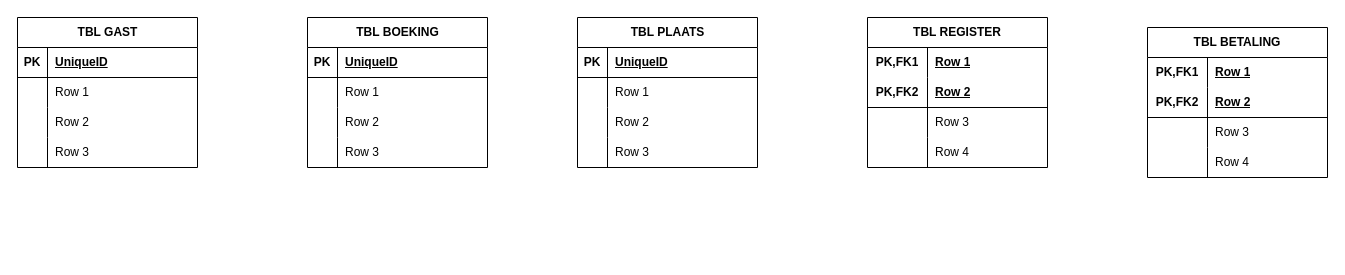
Earlier version of the draw.io diagram Oefening9.drawio (Kristian-5/Database_Normalisatie). Source tidied: cells renumbered, new cells numbered last; positions are measured from the earlier drawing's top-left corner, leaving out a move shared by most shapes. Both pictures are drawn from the tidied source at 100%, with x=0, y=0 at pixel (17, 17).
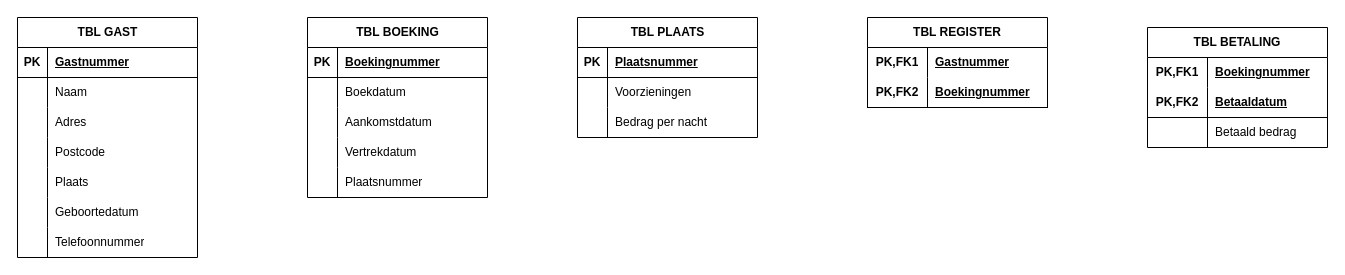
Above is the later version.

Unchanged cells that the change refers to:
```xml
<mxCell id="3" style="shape=tableRow;horizontal=0;startSize=0;swimlaneHead=0;swimlaneBody=0;fillColor=none;top=0;left=0;right=0;bottom=1;" parent="2" vertex="1">
  <mxGeometry y="30" width="180" height="30" as="geometry" />
</mxCell>
<mxCell id="6" style="shape=tableRow;horizontal=0;startSize=0;swimlaneHead=0;swimlaneBody=0;fillColor=none;top=0;left=0;right=0;bottom=0;" parent="2" vertex="1">
  <mxGeometry y="60" width="180" height="30" as="geometry" />
</mxCell>
<mxCell id="9" style="shape=tableRow;horizontal=0;startSize=0;swimlaneHead=0;swimlaneBody=0;fillColor=none;top=0;left=0;right=0;bottom=0;" parent="2" vertex="1">
  <mxGeometry y="90" width="180" height="30" as="geometry" />
</mxCell>
<mxCell id="12" style="shape=tableRow;horizontal=0;startSize=0;swimlaneHead=0;swimlaneBody=0;fillColor=none;top=0;left=0;right=0;bottom=0;" parent="2" vertex="1">
  <mxGeometry y="120" width="180" height="30" as="geometry" />
</mxCell>
<mxCell id="16" style="shape=tableRow;horizontal=0;startSize=0;swimlaneHead=0;swimlaneBody=0;fillColor=none;top=0;left=0;right=0;bottom=1;" parent="15" vertex="1">
  <mxGeometry y="30" width="180" height="30" as="geometry" />
</mxCell>
<mxCell id="19" style="shape=tableRow;horizontal=0;startSize=0;swimlaneHead=0;swimlaneBody=0;fillColor=none;top=0;left=0;right=0;bottom=0;" parent="15" vertex="1">
  <mxGeometry y="60" width="180" height="30" as="geometry" />
</mxCell>
<mxCell id="22" style="shape=tableRow;horizontal=0;startSize=0;swimlaneHead=0;swimlaneBody=0;fillColor=none;top=0;left=0;right=0;bottom=0;" parent="15" vertex="1">
  <mxGeometry y="90" width="180" height="30" as="geometry" />
</mxCell>
<mxCell id="25" style="shape=tableRow;horizontal=0;startSize=0;swimlaneHead=0;swimlaneBody=0;fillColor=none;top=0;left=0;right=0;bottom=0;" parent="15" vertex="1">
  <mxGeometry y="120" width="180" height="30" as="geometry" />
</mxCell>
<mxCell id="29" style="shape=tableRow;horizontal=0;startSize=0;swimlaneHead=0;swimlaneBody=0;fillColor=none;top=0;left=0;right=0;bottom=1;" parent="28" vertex="1">
  <mxGeometry y="30" width="180" height="30" as="geometry" />
</mxCell>
<mxCell id="32" style="shape=tableRow;horizontal=0;startSize=0;swimlaneHead=0;swimlaneBody=0;fillColor=none;top=0;left=0;right=0;bottom=0;" parent="28" vertex="1">
  <mxGeometry y="60" width="180" height="30" as="geometry" />
</mxCell>
<mxCell id="35" style="shape=tableRow;horizontal=0;startSize=0;swimlaneHead=0;swimlaneBody=0;fillColor=none;top=0;left=0;right=0;bottom=0;" parent="28" vertex="1">
  <mxGeometry y="90" width="180" height="30" as="geometry" />
</mxCell>
<mxCell id="42" style="shape=tableRow;horizontal=0;startSize=0;swimlaneHead=0;swimlaneBody=0;fillColor=none;top=0;left=0;right=0;bottom=0;html=1;" parent="41" vertex="1">
  <mxGeometry y="30" width="180" height="30" as="geometry" />
</mxCell>
<mxCell id="45" style="shape=tableRow;horizontal=0;startSize=0;swimlaneHead=0;swimlaneBody=0;fillColor=none;top=0;left=0;right=0;bottom=1;html=1;" parent="41" vertex="1">
  <mxGeometry y="60" width="180" height="30" as="geometry" />
</mxCell>
<mxCell id="55" style="shape=tableRow;horizontal=0;startSize=0;swimlaneHead=0;swimlaneBody=0;fillColor=none;top=0;left=0;right=0;bottom=0;html=1;" parent="54" vertex="1">
  <mxGeometry y="30" width="180" height="30" as="geometry" />
</mxCell>
<mxCell id="58" style="shape=tableRow;horizontal=0;startSize=0;swimlaneHead=0;swimlaneBody=0;fillColor=none;top=0;left=0;right=0;bottom=1;html=1;" parent="54" vertex="1">
  <mxGeometry y="60" width="180" height="30" as="geometry" />
</mxCell>
<mxCell id="61" style="shape=tableRow;horizontal=0;startSize=0;swimlaneHead=0;swimlaneBody=0;fillColor=none;top=0;left=0;right=0;bottom=0;html=1;" parent="54" vertex="1">
  <mxGeometry y="90" width="180" height="30" as="geometry" />
</mxCell>
```

Diff of the diagram source:
```diff
@@
     <mxCell id="2" value="TBL GAST" style="shape=table;startSize=30;childLayout=tableLayout;rowLines=0;fontStyle=1;align=center;html=1;" parent="1" vertex="1">
-      <mxGeometry width="180" height="150" as="geometry" />
+      <mxGeometry width="180" height="240" as="geometry" />
     </mxCell>
@@
-    <mxCell id="5" value="UniqueID" style="shape=partialRectangle;fillColor=none;top=0;left=0;bottom=0;right=0;align=left;spacingLeft=6;fontStyle=5;overflow=hidden;whiteSpace=wrap;html=1;" parent="3" vertex="1">
+    <mxCell id="5" value="Gastnummer" style="shape=partialRectangle;fillColor=none;top=0;left=0;bottom=0;right=0;align=left;spacingLeft=6;fontStyle=5;overflow=hidden;whiteSpace=wrap;html=1;" parent="3" vertex="1">
       <mxGeometry x="30" width="150" height="30" as="geometry" />
     </mxCell>
@@
-    <mxCell id="8" value="Row 1" style="shape=partialRectangle;fillColor=none;top=0;left=0;bottom=0;right=0;align=left;spacingLeft=6;overflow=hidden;whiteSpace=wrap;html=1;" parent="6" vertex="1">
+    <mxCell id="8" value="Naam" style="shape=partialRectangle;fillColor=none;top=0;left=0;bottom=0;right=0;align=left;spacingLeft=6;overflow=hidden;whiteSpace=wrap;html=1;" parent="6" vertex="1">
       <mxGeometry x="30" width="150" height="30" as="geometry" />
     </mxCell>
@@
-    <mxCell id="11" value="Row 2" style="shape=partialRectangle;fillColor=none;top=0;left=0;bottom=0;right=0;align=left;spacingLeft=6;overflow=hidden;whiteSpace=wrap;html=1;" parent="9" vertex="1">
+    <mxCell id="11" value="Adres" style="shape=partialRectangle;fillColor=none;top=0;left=0;bottom=0;right=0;align=left;spacingLeft=6;overflow=hidden;whiteSpace=wrap;html=1;" parent="9" vertex="1">
       <mxGeometry x="30" width="150" height="30" as="geometry" />
     </mxCell>
@@
-    <mxCell id="14" value="Row 3" style="shape=partialRectangle;fillColor=none;top=0;left=0;bottom=0;right=0;align=left;spacingLeft=6;overflow=hidden;whiteSpace=wrap;html=1;" parent="12" vertex="1">
+    <mxCell id="14" value="Postcode" style="shape=partialRectangle;fillColor=none;top=0;left=0;bottom=0;right=0;align=left;spacingLeft=6;overflow=hidden;whiteSpace=wrap;html=1;" parent="12" vertex="1">
       <mxGeometry x="30" width="150" height="30" as="geometry" />
     </mxCell>
+    <mxCell id="67" style="shape=tableRow;horizontal=0;startSize=0;swimlaneHead=0;swimlaneBody=0;fillColor=none;top=0;left=0;right=0;bottom=0;" parent="2" vertex="1">
+      <mxGeometry y="150" width="180" height="30" as="geometry" />
+    </mxCell>
+    <mxCell id="68" style="shape=partialRectangle;fillColor=none;top=0;left=0;bottom=0;right=0;overflow=hidden;whiteSpace=wrap;html=1;" parent="67" vertex="1">
+      <mxGeometry width="30" height="30" as="geometry" />
+    </mxCell>
+    <mxCell id="69" value="Plaats" style="shape=partialRectangle;fillColor=none;top=0;left=0;bottom=0;right=0;align=left;spacingLeft=6;overflow=hidden;whiteSpace=wrap;html=1;" parent="67" vertex="1">
+      <mxGeometry x="30" width="150" height="30" as="geometry" />
+    </mxCell>
+    <mxCell id="70" style="shape=tableRow;horizontal=0;startSize=0;swimlaneHead=0;swimlaneBody=0;fillColor=none;top=0;left=0;right=0;bottom=0;" parent="2" vertex="1">
+      <mxGeometry y="180" width="180" height="30" as="geometry" />
+    </mxCell>
+    <mxCell id="71" style="shape=partialRectangle;fillColor=none;top=0;left=0;bottom=0;right=0;overflow=hidden;whiteSpace=wrap;html=1;" parent="70" vertex="1">
+      <mxGeometry width="30" height="30" as="geometry" />
+    </mxCell>
+    <mxCell id="72" value="Geboortedatum" style="shape=partialRectangle;fillColor=none;top=0;left=0;bottom=0;right=0;align=left;spacingLeft=6;overflow=hidden;whiteSpace=wrap;html=1;" parent="70" vertex="1">
+      <mxGeometry x="30" width="150" height="30" as="geometry" />
+    </mxCell>
+    <mxCell id="73" style="shape=tableRow;horizontal=0;startSize=0;swimlaneHead=0;swimlaneBody=0;fillColor=none;top=0;left=0;right=0;bottom=0;" parent="2" vertex="1">
+      <mxGeometry y="210" width="180" height="30" as="geometry" />
+    </mxCell>
+    <mxCell id="74" style="shape=partialRectangle;fillColor=none;top=0;left=0;bottom=0;right=0;overflow=hidden;whiteSpace=wrap;html=1;" parent="73" vertex="1">
+      <mxGeometry width="30" height="30" as="geometry" />
+    </mxCell>
+    <mxCell id="75" value="Telefoonnummer" style="shape=partialRectangle;fillColor=none;top=0;left=0;bottom=0;right=0;align=left;spacingLeft=6;overflow=hidden;whiteSpace=wrap;html=1;" parent="73" vertex="1">
+      <mxGeometry x="30" width="150" height="30" as="geometry" />
+    </mxCell>
     <mxCell id="15" value="TBL BOEKING" style="shape=table;startSize=30;childLayout=tableLayout;rowLines=0;fontStyle=1;align=center;html=1;" parent="1" vertex="1">
-      <mxGeometry x="290" width="180" height="150" as="geometry" />
+      <mxGeometry x="290" width="180" height="180" as="geometry" />
     </mxCell>
@@
-    <mxCell id="18" value="UniqueID" style="shape=partialRectangle;fillColor=none;top=0;left=0;bottom=0;right=0;align=left;spacingLeft=6;fontStyle=5;overflow=hidden;whiteSpace=wrap;html=1;" parent="16" vertex="1">
+    <mxCell id="18" value="Boekingnummer" style="shape=partialRectangle;fillColor=none;top=0;left=0;bottom=0;right=0;align=left;spacingLeft=6;fontStyle=5;overflow=hidden;whiteSpace=wrap;html=1;" parent="16" vertex="1">
       <mxGeometry x="30" width="150" height="30" as="geometry" />
     </mxCell>
@@
-    <mxCell id="21" value="Row 1" style="shape=partialRectangle;fillColor=none;top=0;left=0;bottom=0;right=0;align=left;spacingLeft=6;overflow=hidden;whiteSpace=wrap;html=1;" parent="19" vertex="1">
+    <mxCell id="21" value="Boekdatum" style="shape=partialRectangle;fillColor=none;top=0;left=0;bottom=0;right=0;align=left;spacingLeft=6;overflow=hidden;whiteSpace=wrap;html=1;" parent="19" vertex="1">
       <mxGeometry x="30" width="150" height="30" as="geometry" />
     </mxCell>
@@
-    <mxCell id="24" value="Row 2" style="shape=partialRectangle;fillColor=none;top=0;left=0;bottom=0;right=0;align=left;spacingLeft=6;overflow=hidden;whiteSpace=wrap;html=1;" parent="22" vertex="1">
+    <mxCell id="24" value="Aankomstdatum" style="shape=partialRectangle;fillColor=none;top=0;left=0;bottom=0;right=0;align=left;spacingLeft=6;overflow=hidden;whiteSpace=wrap;html=1;" parent="22" vertex="1">
       <mxGeometry x="30" width="150" height="30" as="geometry" />
     </mxCell>
@@
-    <mxCell id="27" value="Row 3" style="shape=partialRectangle;fillColor=none;top=0;left=0;bottom=0;right=0;align=left;spacingLeft=6;overflow=hidden;whiteSpace=wrap;html=1;" parent="25" vertex="1">
+    <mxCell id="27" value="Vertrekdatum" style="shape=partialRectangle;fillColor=none;top=0;left=0;bottom=0;right=0;align=left;spacingLeft=6;overflow=hidden;whiteSpace=wrap;html=1;" parent="25" vertex="1">
       <mxGeometry x="30" width="150" height="30" as="geometry" />
     </mxCell>
+    <mxCell id="76" style="shape=tableRow;horizontal=0;startSize=0;swimlaneHead=0;swimlaneBody=0;fillColor=none;top=0;left=0;right=0;bottom=0;" parent="15" vertex="1">
+      <mxGeometry y="150" width="180" height="30" as="geometry" />
+    </mxCell>
+    <mxCell id="77" style="shape=partialRectangle;fillColor=none;top=0;left=0;bottom=0;right=0;overflow=hidden;whiteSpace=wrap;html=1;" parent="76" vertex="1">
+      <mxGeometry width="30" height="30" as="geometry" />
+    </mxCell>
+    <mxCell id="78" value="Plaatsnummer" style="shape=partialRectangle;fillColor=none;top=0;left=0;bottom=0;right=0;align=left;spacingLeft=6;overflow=hidden;whiteSpace=wrap;html=1;" parent="76" vertex="1">
+      <mxGeometry x="30" width="150" height="30" as="geometry" />
+    </mxCell>
     <mxCell id="28" value="TBL PLAATS" style="shape=table;startSize=30;childLayout=tableLayout;rowLines=0;fontStyle=1;align=center;html=1;" parent="1" vertex="1">
-      <mxGeometry x="560" width="180" height="150" as="geometry" />
+      <mxGeometry x="560" width="180" height="120" as="geometry" />
     </mxCell>
@@
-    <mxCell id="31" value="UniqueID" style="shape=partialRectangle;fillColor=none;top=0;left=0;bottom=0;right=0;align=left;spacingLeft=6;fontStyle=5;overflow=hidden;whiteSpace=wrap;html=1;" parent="29" vertex="1">
+    <mxCell id="31" value="Plaatsnummer" style="shape=partialRectangle;fillColor=none;top=0;left=0;bottom=0;right=0;align=left;spacingLeft=6;fontStyle=5;overflow=hidden;whiteSpace=wrap;html=1;" parent="29" vertex="1">
       <mxGeometry x="30" width="150" height="30" as="geometry" />
     </mxCell>
@@
-    <mxCell id="34" value="Row 1" style="shape=partialRectangle;fillColor=none;top=0;left=0;bottom=0;right=0;align=left;spacingLeft=6;overflow=hidden;whiteSpace=wrap;html=1;" parent="32" vertex="1">
+    <mxCell id="34" value="Voorzieningen" style="shape=partialRectangle;fillColor=none;top=0;left=0;bottom=0;right=0;align=left;spacingLeft=6;overflow=hidden;whiteSpace=wrap;html=1;" parent="32" vertex="1">
       <mxGeometry x="30" width="150" height="30" as="geometry" />
     </mxCell>
@@
-    <mxCell id="37" value="Row 2" style="shape=partialRectangle;fillColor=none;top=0;left=0;bottom=0;right=0;align=left;spacingLeft=6;overflow=hidden;whiteSpace=wrap;html=1;" parent="35" vertex="1">
+    <mxCell id="37" value="Bedrag per nacht" style="shape=partialRectangle;fillColor=none;top=0;left=0;bottom=0;right=0;align=left;spacingLeft=6;overflow=hidden;whiteSpace=wrap;html=1;" parent="35" vertex="1">
       <mxGeometry x="30" width="150" height="30" as="geometry" />
     </mxCell>
-    <mxCell id="38" style="shape=tableRow;horizontal=0;startSize=0;swimlaneHead=0;swimlaneBody=0;fillColor=none;top=0;left=0;right=0;bottom=0;" parent="28" vertex="1">
-      <mxGeometry y="120" width="180" height="30" as="geometry" />
-    </mxCell>
-    <mxCell id="39" style="shape=partialRectangle;fillColor=none;top=0;left=0;bottom=0;right=0;overflow=hidden;whiteSpace=wrap;html=1;" parent="38" vertex="1">
-      <mxGeometry width="30" height="30" as="geometry" />
-    </mxCell>
-    <mxCell id="40" value="Row 3" style="shape=partialRectangle;fillColor=none;top=0;left=0;bottom=0;right=0;align=left;spacingLeft=6;overflow=hidden;whiteSpace=wrap;html=1;" parent="38" vertex="1">
-      <mxGeometry x="30" width="150" height="30" as="geometry" />
-    </mxCell>
     <mxCell id="41" value="TBL REGISTER" style="shape=table;startSize=30;childLayout=tableLayout;rowLines=0;fontStyle=1;align=center;html=1;whiteSpace=wrap;" parent="1" vertex="1">
-      <mxGeometry x="850" width="180" height="150" as="geometry" />
+      <mxGeometry x="850" width="180" height="90" as="geometry" />
     </mxCell>
@@
-    <mxCell id="44" value="Row 1" style="shape=partialRectangle;fillColor=none;top=0;left=0;bottom=0;right=0;align=left;spacingLeft=6;fontStyle=5;overflow=hidden;html=1;whiteSpace=wrap;" parent="42" vertex="1">
+    <mxCell id="44" value="Gastnummer" style="shape=partialRectangle;fillColor=none;top=0;left=0;bottom=0;right=0;align=left;spacingLeft=6;fontStyle=5;overflow=hidden;html=1;whiteSpace=wrap;" parent="42" vertex="1">
       <mxGeometry x="60" width="120" height="30" as="geometry" />
     </mxCell>
@@
-    <mxCell id="47" value="Row 2" style="shape=partialRectangle;fillColor=none;top=0;left=0;bottom=0;right=0;align=left;spacingLeft=6;fontStyle=5;overflow=hidden;html=1;whiteSpace=wrap;" parent="45" vertex="1">
+    <mxCell id="47" value="Boekingnummer" style="shape=partialRectangle;fillColor=none;top=0;left=0;bottom=0;right=0;align=left;spacingLeft=6;fontStyle=5;overflow=hidden;html=1;whiteSpace=wrap;" parent="45" vertex="1">
       <mxGeometry x="60" width="120" height="30" as="geometry" />
     </mxCell>
-    <mxCell id="48" style="shape=tableRow;horizontal=0;startSize=0;swimlaneHead=0;swimlaneBody=0;fillColor=none;top=0;left=0;right=0;bottom=0;html=1;" parent="41" vertex="1">
-      <mxGeometry y="90" width="180" height="30" as="geometry" />
-    </mxCell>
-    <mxCell id="49" style="shape=partialRectangle;fillColor=none;top=0;left=0;bottom=0;right=0;overflow=hidden;html=1;whiteSpace=wrap;" parent="48" vertex="1">
-      <mxGeometry width="60" height="30" as="geometry" />
-    </mxCell>
-    <mxCell id="50" value="Row 3" style="shape=partialRectangle;fillColor=none;top=0;left=0;bottom=0;right=0;align=left;spacingLeft=6;overflow=hidden;html=1;whiteSpace=wrap;" parent="48" vertex="1">
-      <mxGeometry x="60" width="120" height="30" as="geometry" />
-    </mxCell>
-    <mxCell id="51" style="shape=tableRow;horizontal=0;startSize=0;swimlaneHead=0;swimlaneBody=0;fillColor=none;top=0;left=0;right=0;bottom=0;html=1;" parent="41" vertex="1">
-      <mxGeometry y="120" width="180" height="30" as="geometry" />
-    </mxCell>
-    <mxCell id="52" style="shape=partialRectangle;fillColor=none;top=0;left=0;bottom=0;right=0;overflow=hidden;html=1;whiteSpace=wrap;" parent="51" vertex="1">
-      <mxGeometry width="60" height="30" as="geometry" />
-    </mxCell>
-    <mxCell id="53" value="Row 4" style="shape=partialRectangle;fillColor=none;top=0;left=0;bottom=0;right=0;align=left;spacingLeft=6;overflow=hidden;html=1;whiteSpace=wrap;" parent="51" vertex="1">
-      <mxGeometry x="60" width="120" height="30" as="geometry" />
-    </mxCell>
     <mxCell id="54" value="TBL BETALING" style="shape=table;startSize=30;childLayout=tableLayout;rowLines=0;fontStyle=1;align=center;html=1;whiteSpace=wrap;" parent="1" vertex="1">
-      <mxGeometry x="1130" y="10" width="180" height="150" as="geometry" />
+      <mxGeometry x="1130" y="10" width="180" height="120" as="geometry" />
     </mxCell>
@@
-    <mxCell id="57" value="Row 1" style="shape=partialRectangle;fillColor=none;top=0;left=0;bottom=0;right=0;align=left;spacingLeft=6;fontStyle=5;overflow=hidden;html=1;whiteSpace=wrap;" parent="55" vertex="1">
+    <mxCell id="57" value="Boekingnummer" style="shape=partialRectangle;fillColor=none;top=0;left=0;bottom=0;right=0;align=left;spacingLeft=6;fontStyle=5;overflow=hidden;html=1;whiteSpace=wrap;" parent="55" vertex="1">
       <mxGeometry x="60" width="120" height="30" as="geometry" />
     </mxCell>
@@
-    <mxCell id="60" value="Row 2" style="shape=partialRectangle;fillColor=none;top=0;left=0;bottom=0;right=0;align=left;spacingLeft=6;fontStyle=5;overflow=hidden;html=1;whiteSpace=wrap;" parent="58" vertex="1">
+    <mxCell id="60" value="Betaaldatum" style="shape=partialRectangle;fillColor=none;top=0;left=0;bottom=0;right=0;align=left;spacingLeft=6;fontStyle=5;overflow=hidden;html=1;whiteSpace=wrap;" parent="58" vertex="1">
       <mxGeometry x="60" width="120" height="30" as="geometry" />
     </mxCell>
@@
-    <mxCell id="63" value="Row 3" style="shape=partialRectangle;fillColor=none;top=0;left=0;bottom=0;right=0;align=left;spacingLeft=6;overflow=hidden;html=1;whiteSpace=wrap;" parent="61" vertex="1">
+    <mxCell id="63" value="Betaald bedrag" style="shape=partialRectangle;fillColor=none;top=0;left=0;bottom=0;right=0;align=left;spacingLeft=6;overflow=hidden;html=1;whiteSpace=wrap;" parent="61" vertex="1">
       <mxGeometry x="60" width="120" height="30" as="geometry" />
     </mxCell>
-    <mxCell id="64" style="shape=tableRow;horizontal=0;startSize=0;swimlaneHead=0;swimlaneBody=0;fillColor=none;top=0;left=0;right=0;bottom=0;html=1;" parent="54" vertex="1">
-      <mxGeometry y="120" width="180" height="30" as="geometry" />
-    </mxCell>
-    <mxCell id="65" style="shape=partialRectangle;fillColor=none;top=0;left=0;bottom=0;right=0;overflow=hidden;html=1;whiteSpace=wrap;" parent="64" vertex="1">
-      <mxGeometry width="60" height="30" as="geometry" />
-    </mxCell>
-    <mxCell id="66" value="Row 4" style="shape=partialRectangle;fillColor=none;top=0;left=0;bottom=0;right=0;align=left;spacingLeft=6;overflow=hidden;html=1;whiteSpace=wrap;" parent="64" vertex="1">
-      <mxGeometry x="60" width="120" height="30" as="geometry" />
-    </mxCell>
```
